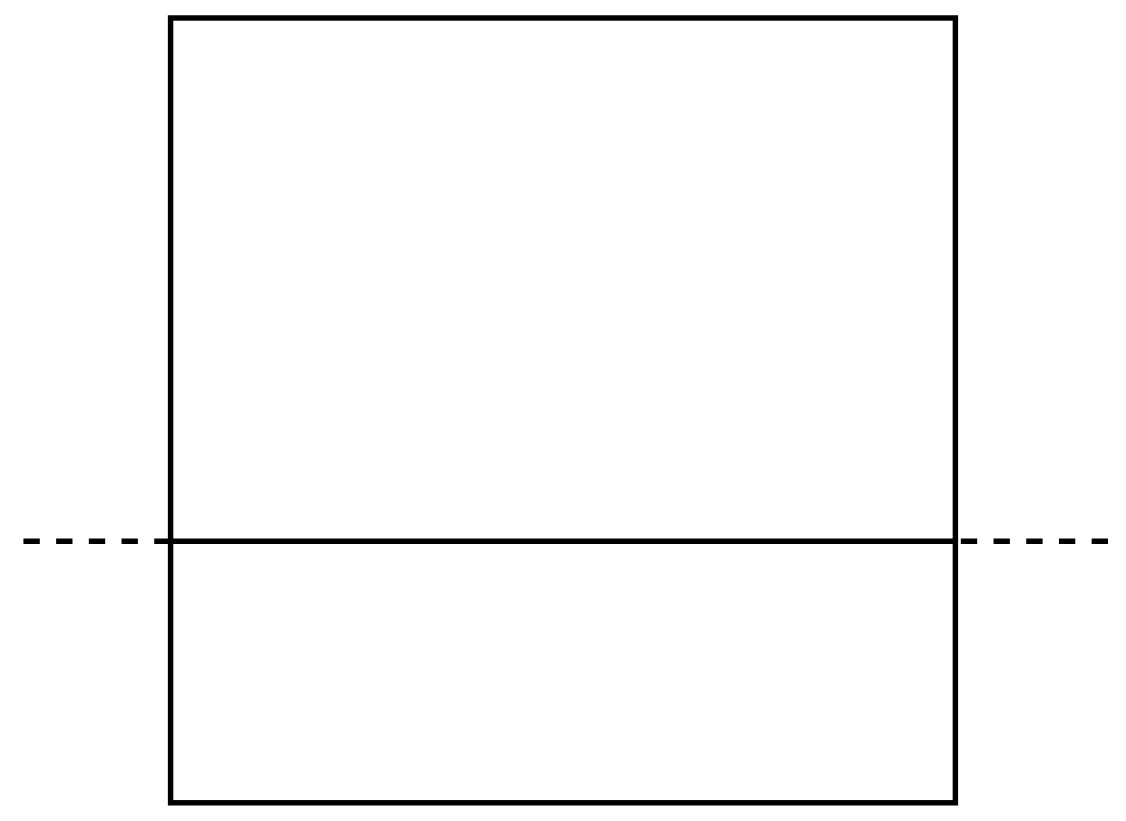
Above: page "Halbfeld" (1 of 18) of Taktik/drawings.drawio in hubdehoe/Volleyball (draw.io), before the change. Source tidied: cells renumbered, new cells numbered last; positions are measured from the earlier drawing's top-left corner, leaving out a move shared by most shapes. Both pictures are drawn from the tidied source at 109%, with x=0, y=0 at pixel (17, 17).
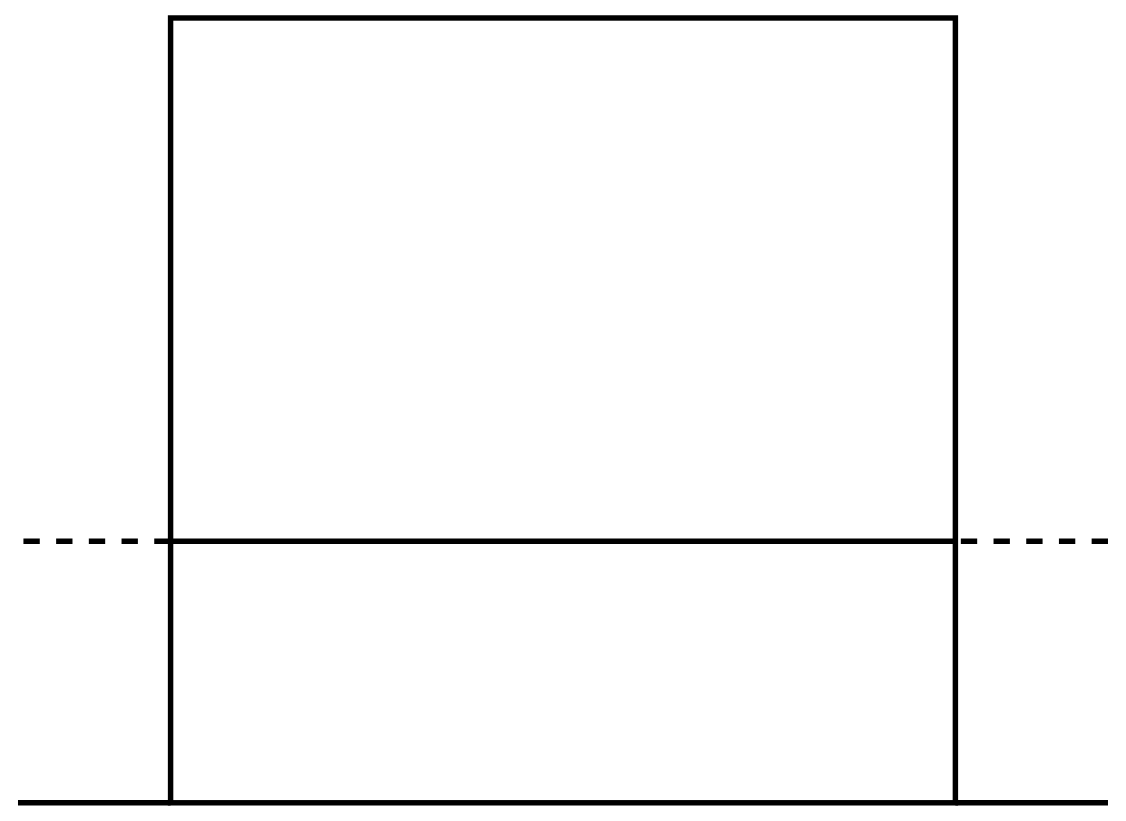
The same page after the edit.

Commit message:
Z6_4 und Rotation hinzugefügt

What changed in the source:
```diff
@@
 <mxGraphModel>
   <root>
     <mxCell id="0" />
     <mxCell id="1" parent="0" />
     <mxCell id="2" style="whiteSpace=wrap;html=1;strokeWidth=5;" parent="1" vertex="1">
       <mxGeometry x="140" width="720" height="720" as="geometry" />
     </mxCell>
     <mxCell id="3" style="endArrow=none;dashed=1;html=1;rounded=0;strokeWidth=5;" parent="1" edge="1">
       <mxGeometry relative="1" as="geometry">
         <mxPoint x="140" y="480" as="sourcePoint" />
         <mxPoint y="480" as="targetPoint" />
       </mxGeometry>
     </mxCell>
     <mxCell id="4" style="endArrow=none;html=1;rounded=0;strokeWidth=5;" parent="1" edge="1">
       <mxGeometry relative="1" as="geometry">
         <mxPoint x="140" y="480" as="sourcePoint" />
         <mxPoint x="860" y="480" as="targetPoint" />
       </mxGeometry>
     </mxCell>
     <mxCell id="5" style="endArrow=none;dashed=1;html=1;rounded=0;strokeWidth=5;" parent="1" edge="1">
       <mxGeometry relative="1" as="geometry">
         <mxPoint x="1000" y="480" as="sourcePoint" />
         <mxPoint x="860" y="480" as="targetPoint" />
         <Array as="points">
           <mxPoint x="980" y="480" />
         </Array>
       </mxGeometry>
     </mxCell>
+    <mxCell id="6" style="endArrow=none;html=1;rounded=0;strokeWidth=5;" parent="1" edge="1">
+      <mxGeometry relative="1" as="geometry">
+        <mxPoint y="720" as="sourcePoint" />
+        <mxPoint x="140" y="720" as="targetPoint" />
+      </mxGeometry>
+    </mxCell>
+    <mxCell id="7" style="endArrow=none;html=1;rounded=0;strokeWidth=5;" parent="1" edge="1">
+      <mxGeometry relative="1" as="geometry">
+        <mxPoint x="860" y="720" as="sourcePoint" />
+        <mxPoint x="1000" y="720" as="targetPoint" />
+      </mxGeometry>
+    </mxCell>
   </root>
 </mxGraphModel>
```
